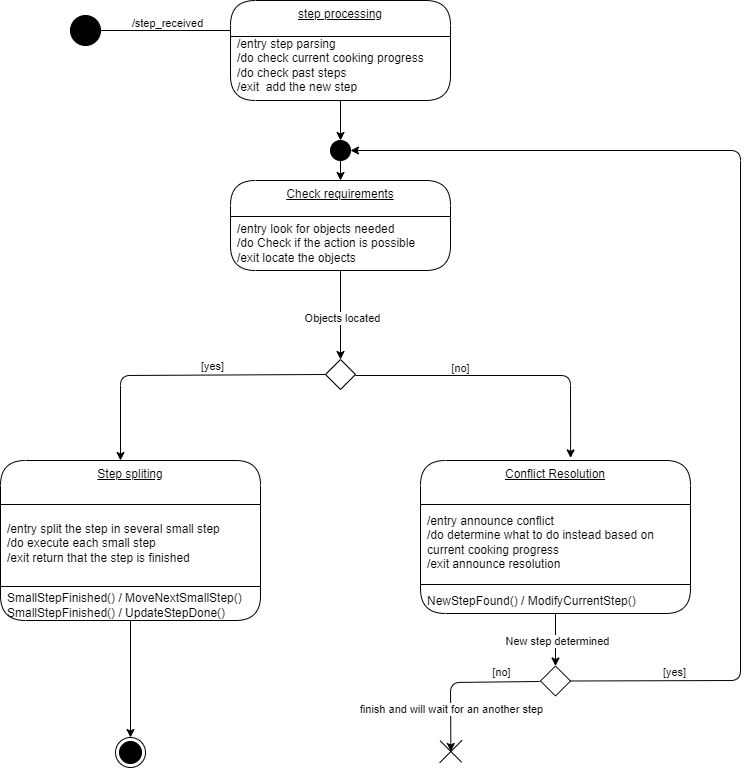
Above: src/action_planning/diagrams/state_machine_diagram.png in ignithor/Assignment_Cogar_Group_C (draw.io), before the change. Source tidied: cells renumbered, new cells last; positions are measured from the earlier drawing's top-left corner, leaving out a move shared by most shapes.
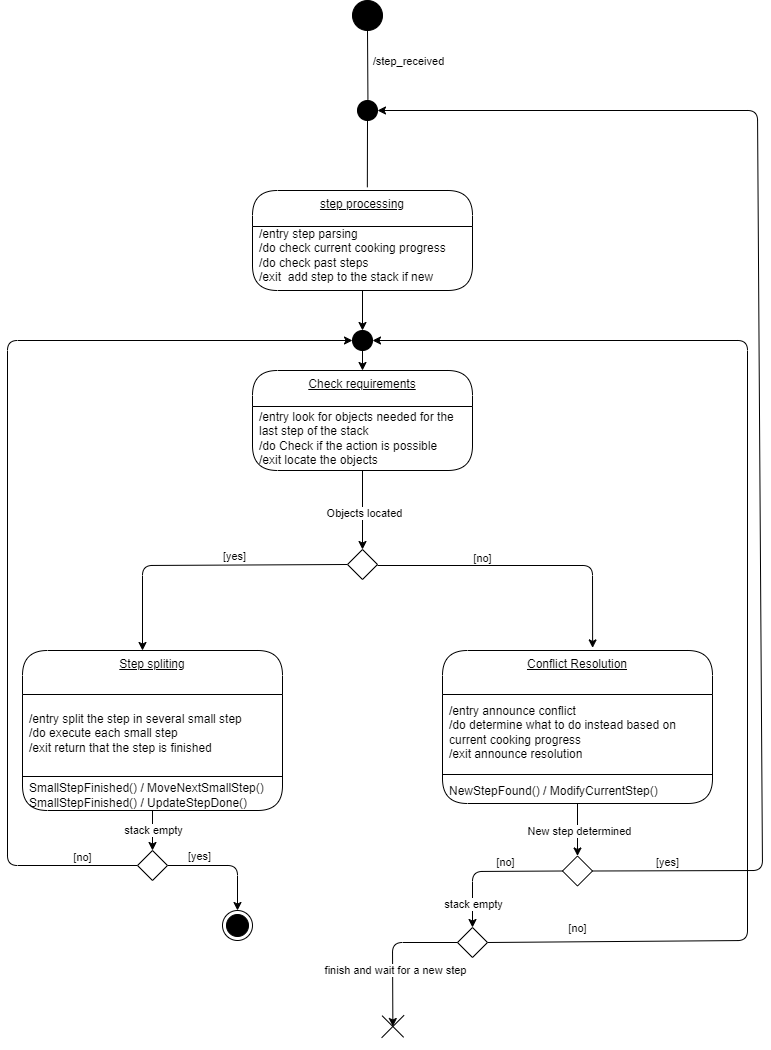
Above is the later version.

Commit message:
Update diagrams action planning

What changed in the source:
```diff
@@ -2,28 +2,28 @@
   <root>
     <mxCell id="0" />
     <mxCell id="1" parent="0" />
-    <mxCell id="2" style="ellipse;fillColor=strokeColor;html=1;" parent="1" vertex="1">
-      <mxGeometry x="70" y="15" width="30" height="30" as="geometry" />
+    <mxCell id="2" style="ellipse;fillColor=strokeColor;html=1;rotation=90;" parent="1" vertex="1">
+      <mxGeometry x="330" y="-190" width="30" height="30" as="geometry" />
     </mxCell>
-    <mxCell id="3" style="endArrow=none;startArrow=none;endFill=0;startFill=0;endSize=8;html=1;verticalAlign=bottom;labelBackgroundColor=none;strokeWidth=1;exitX=1;exitY=0.5;exitDx=0;exitDy=0;entryX=0;entryY=0.5;entryDx=0;entryDy=0;" parent="1" edge="1" source="2">
-      <mxGeometry relative="1" as="geometry">
-        <mxPoint x="230" y="30" as="targetPoint" />
-      </mxGeometry>
+    <mxCell id="3" style="endArrow=none;startArrow=none;endFill=0;startFill=0;endSize=8;html=1;verticalAlign=bottom;labelBackgroundColor=none;strokeWidth=1;exitX=0.5;exitY=1;exitDx=0;exitDy=0;entryX=0.522;entryY=-0.032;entryDx=0;entryDy=0;entryPerimeter=0;" parent="1" edge="1" source="47" target="16">
+      <mxGeometry relative="1" as="geometry" />
     </mxCell>
     <mxCell id="4" value="/step_received" style="edgeLabel;html=1;align=center;verticalAlign=middle;" parent="3" vertex="1">
-      <mxGeometry x="0.02" y="8" relative="1" as="geometry" />
+      <mxGeometry x="0.02" y="8" relative="1" as="geometry">
+        <mxPoint x="33" y="-94" as="offset" />
+      </mxGeometry>
     </mxCell>
     <mxCell id="5" style="ellipse;html=1;shape=endState;fillColor=strokeColor;" parent="1" vertex="1">
-      <mxGeometry x="115" y="737" width="30" height="30" as="geometry" />
+      <mxGeometry x="200" y="720" width="30" height="30" as="geometry" />
     </mxCell>
-    <mxCell id="6" style="endArrow=none;startArrow=none;endFill=0;startFill=0;html=1;verticalAlign=bottom;labelBackgroundColor=none;strokeWidth=1;exitX=0.476;exitY=1.074;exitDx=0;exitDy=0;entryX=0.5;entryY=0;entryDx=0;entryDy=0;strokeColor=none;exitPerimeter=0;" parent="1" edge="1" source="12" target="5">
+    <mxCell id="6" style="endArrow=none;startArrow=none;endFill=0;startFill=0;html=1;verticalAlign=bottom;labelBackgroundColor=none;strokeWidth=1;exitX=0.476;exitY=1.074;exitDx=0;exitDy=0;entryX=0.5;entryY=0;entryDx=0;entryDy=0;strokeColor=none;exitPerimeter=0;" parent="1" edge="1" source="57" target="5">
       <mxGeometry relative="1" as="geometry" />
     </mxCell>
     <mxCell id="7" value="Check requirements" style="swimlane;fontStyle=4;align=center;verticalAlign=top;horizontal=1;startSize=36;html=1;rounded=1;absoluteArcSize=1;arcSize=50;whiteSpace=wrap;" parent="1" vertex="1">
-      <mxGeometry x="230" y="180" width="220" height="90" as="geometry" />
+      <mxGeometry x="230" y="180" width="220" height="100" as="geometry" />
     </mxCell>
-    <mxCell id="8" value="/entry look for objects needed&lt;div&gt;/do Check if the action is possible&amp;nbsp;&lt;/div&gt;&lt;div&gt;/exit locate the objects&amp;nbsp;&lt;/div&gt;" style="fillColor=none;strokeColor=none;align=left;verticalAlign=middle;spacingLeft=5;whiteSpace=wrap;html=1;" parent="7" vertex="1">
-      <mxGeometry y="36" width="220" height="54" as="geometry" />
+    <mxCell id="8" value="/entry look for objects needed for the last step of the stack&lt;div&gt;/do Check if the action is possible&amp;nbsp;&lt;/div&gt;&lt;div&gt;/exit locate the objects&amp;nbsp;&lt;/div&gt;" style="fillColor=none;strokeColor=none;align=left;verticalAlign=middle;spacingLeft=5;whiteSpace=wrap;html=1;" parent="7" vertex="1">
+      <mxGeometry y="36" width="220" height="64" as="geometry" />
     </mxCell>
     <mxCell id="9" value="Step spliting" style="swimlane;fontStyle=4;align=center;verticalAlign=top;horizontal=1;startSize=44;html=1;rounded=1;absoluteArcSize=1;arcSize=50;whiteSpace=wrap;" parent="1" vertex="1">
       <mxGeometry y="460" width="260" height="160" as="geometry" />
@@ -56,7 +56,7 @@
     <mxCell id="16" value="step processing" style="swimlane;fontStyle=4;align=center;verticalAlign=top;horizontal=1;startSize=36;html=1;rounded=1;absoluteArcSize=1;arcSize=50;whiteSpace=wrap;" parent="1" vertex="1">
       <mxGeometry x="230" width="220" height="100" as="geometry" />
     </mxCell>
-    <mxCell id="17" value="/entry step parsing&lt;div&gt;/do check current cooking progress&lt;/div&gt;&lt;div&gt;/do check past steps&lt;/div&gt;&lt;div&gt;/exit&amp;nbsp; add the new step&amp;nbsp;&lt;/div&gt;" style="fillColor=none;strokeColor=none;align=left;verticalAlign=middle;spacingLeft=5;whiteSpace=wrap;html=1;" parent="1" vertex="1">
+    <mxCell id="17" value="/entry step parsing&lt;div&gt;/do check current cooking progress&lt;/div&gt;&lt;div&gt;/do check past steps&lt;/div&gt;&lt;div&gt;/exit&amp;nbsp; add step to the stack if new&amp;nbsp;&lt;/div&gt;" style="fillColor=none;strokeColor=none;align=left;verticalAlign=middle;spacingLeft=5;whiteSpace=wrap;html=1;" parent="1" vertex="1">
       <mxGeometry x="230" y="50" width="220" height="30" as="geometry" />
     </mxCell>
     <mxCell id="18" style="rhombus;" parent="1" vertex="1">
@@ -77,24 +77,39 @@
     <mxCell id="23" value="NewStepFound() / ModifyCurrentStep()" style="fillColor=none;strokeColor=none;align=left;verticalAlign=middle;spacingLeft=5;whiteSpace=wrap;html=1;" parent="19" vertex="1">
       <mxGeometry y="128" width="270" height="25" as="geometry" />
     </mxCell>
-    <mxCell id="24" style="edgeStyle=none;html=1;exitX=1;exitY=0.5;exitDx=0;exitDy=0;entryX=1;entryY=0.5;entryDx=0;entryDy=0;" parent="1" edge="1" source="26" target="38">
+    <mxCell id="24" style="edgeStyle=none;html=1;exitX=1;exitY=0.5;exitDx=0;exitDy=0;entryX=1;entryY=0.5;entryDx=0;entryDy=0;" parent="1" edge="1" source="26" target="47">
       <mxGeometry relative="1" as="geometry">
         <Array as="points">
           <mxPoint x="740" y="680" />
-          <mxPoint x="740" y="150" />
+          <mxPoint x="735" y="-80" />
         </Array>
       </mxGeometry>
     </mxCell>
     <mxCell id="25" value="[yes]" style="edgeLabel;html=1;align=center;verticalAlign=middle;" parent="24" vertex="1">
       <mxGeometry x="-0.81" y="1" relative="1" as="geometry">
-        <mxPoint y="-8" as="offset" />
+        <mxPoint x="-50" y="-8" as="offset" />
       </mxGeometry>
     </mxCell>
+    <mxCell id="40" style="edgeStyle=none;html=1;exitX=0;exitY=0.5;exitDx=0;exitDy=0;entryX=0.5;entryY=0;entryDx=0;entryDy=0;" parent="1" edge="1" source="26" target="45">
+      <mxGeometry relative="1" as="geometry">
+        <Array as="points">
+          <mxPoint x="450" y="681" />
+        </Array>
+      </mxGeometry>
+    </mxCell>
+    <mxCell id="41" value="[no]" style="edgeLabel;html=1;align=center;verticalAlign=middle;" parent="40" vertex="1">
+      <mxGeometry x="-0.21" y="4" relative="1" as="geometry">
+        <mxPoint y="-13" as="offset" />
+      </mxGeometry>
+    </mxCell>
+    <mxCell id="42" value="stack empty" style="edgeLabel;html=1;align=center;verticalAlign=middle;" parent="40" vertex="1">
+      <mxGeometry x="0.68" relative="1" as="geometry" />
+    </mxCell>
     <mxCell id="26" style="rhombus;" parent="1" vertex="1">
       <mxGeometry x="540" y="665.5" width="30" height="30" as="geometry" />
     </mxCell>
     <mxCell id="27" style="shape=cross;whiteSpace=wrap;html=1;rotation=45;fillColor=#000000;size=0;" parent="1" vertex="1">
-      <mxGeometry x="435" y="735" width="30.7" height="32" as="geometry" />
+      <mxGeometry x="355" y="820" width="30.7" height="32" as="geometry" />
     </mxCell>
     <mxCell id="28" style="edgeStyle=none;html=1;exitX=0.5;exitY=1;exitDx=0;exitDy=0;entryX=0.5;entryY=0;entryDx=0;entryDy=0;" parent="1" edge="1" source="8" target="18">
       <mxGeometry relative="1" as="geometry" />
@@ -121,30 +136,80 @@
     <mxCell id="33" value="New step determined" style="edgeLabel;html=1;align=center;verticalAlign=middle;" parent="32" vertex="1">
       <mxGeometry x="0.04" y="1" relative="1" as="geometry" />
     </mxCell>
-    <mxCell id="34" style="edgeStyle=none;html=1;entryX=0;entryY=0;entryDx=15.365;entryDy=16;exitX=0;exitY=0.5;exitDx=0;exitDy=0;entryPerimeter=0;" parent="1" edge="1" target="27">
-      <mxGeometry relative="1" as="geometry">
-        <mxPoint x="539.2" y="681" as="sourcePoint" />
-        <Array as="points">
-          <mxPoint x="450" y="682" />
-        </Array>
-      </mxGeometry>
-    </mxCell>
-    <mxCell id="35" value="[no]" style="edgeLabel;html=1;align=center;verticalAlign=middle;" parent="34" vertex="1">
-      <mxGeometry x="-0.51" relative="1" as="geometry">
-        <mxPoint y="-10" as="offset" />
-      </mxGeometry>
-    </mxCell>
-    <mxCell id="36" value="finish and will wait for an another step" style="edgeLabel;html=1;align=center;verticalAlign=middle;" parent="34" vertex="1">
-      <mxGeometry x="0.47" relative="1" as="geometry" />
-    </mxCell>
     <mxCell id="37" style="edgeStyle=none;html=1;exitX=0.5;exitY=1;exitDx=0;exitDy=0;entryX=0.5;entryY=0;entryDx=0;entryDy=0;" parent="1" edge="1" source="16" target="38">
       <mxGeometry relative="1" as="geometry" />
     </mxCell>
     <mxCell id="38" style="ellipse;fillColor=strokeColor;html=1;" parent="1" vertex="1">
       <mxGeometry x="330" y="140" width="20" height="20" as="geometry" />
     </mxCell>
-    <mxCell id="39" style="edgeStyle=none;html=1;entryX=0.5;entryY=0;entryDx=0;entryDy=0;" parent="1" edge="1" source="12" target="5">
-      <mxGeometry relative="1" as="geometry" />
-    </mxCell>
+    <mxCell id="43" style="edgeStyle=none;html=1;exitX=1;exitY=0.5;exitDx=0;exitDy=0;entryX=1;entryY=0.5;entryDx=0;entryDy=0;" parent="1" edge="1" source="45" target="38">
+      <mxGeometry relative="1" as="geometry">
+        <Array as="points">
+          <mxPoint x="725" y="750" />
+          <mxPoint x="725" y="150" />
+        </Array>
+      </mxGeometry>
+    </mxCell>
+    <mxCell id="44" value="[no]" style="edgeLabel;html=1;align=center;verticalAlign=middle;" parent="43" vertex="1">
+      <mxGeometry x="-0.85" y="-2" relative="1" as="geometry">
+        <mxPoint x="-2" y="-16" as="offset" />
+      </mxGeometry>
+    </mxCell>
+    <mxCell id="45" style="rhombus;" parent="1" vertex="1">
+      <mxGeometry x="435" y="737" width="30" height="30" as="geometry" />
+    </mxCell>
+    <mxCell id="46" style="endArrow=none;startArrow=none;endFill=0;startFill=0;endSize=8;html=1;verticalAlign=bottom;labelBackgroundColor=none;strokeWidth=1;exitX=1;exitY=0.5;exitDx=0;exitDy=0;entryX=0.522;entryY=-0.032;entryDx=0;entryDy=0;entryPerimeter=0;" parent="1" edge="1" source="2" target="47">
+      <mxGeometry relative="1" as="geometry" />
+    </mxCell>
+    <mxCell id="47" style="ellipse;fillColor=strokeColor;html=1;" parent="1" vertex="1">
+      <mxGeometry x="335" y="-90" width="20" height="20" as="geometry" />
+    </mxCell>
+    <mxCell id="48" style="edgeStyle=none;html=1;exitX=0;exitY=0.5;exitDx=0;exitDy=0;entryX=0;entryY=0;entryDx=15.365000000000002;entryDy=16;entryPerimeter=0;" parent="1" edge="1" source="45" target="27">
+      <mxGeometry relative="1" as="geometry">
+        <Array as="points">
+          <mxPoint x="370" y="752" />
+        </Array>
+      </mxGeometry>
+    </mxCell>
+    <mxCell id="49" value="finish and wait for a new step" style="edgeLabel;html=1;align=center;verticalAlign=middle;" parent="48" vertex="1">
+      <mxGeometry x="0.25" y="2" relative="1" as="geometry" />
+    </mxCell>
+    <mxCell id="50" style="edgeStyle=none;html=1;entryX=0.5;entryY=0;entryDx=0;entryDy=0;" parent="1" edge="1" source="12" target="57">
+      <mxGeometry relative="1" as="geometry" />
+    </mxCell>
+    <mxCell id="51" style="endArrow=none;startArrow=none;endFill=0;startFill=0;html=1;verticalAlign=bottom;labelBackgroundColor=none;strokeWidth=1;exitX=0.476;exitY=1.074;exitDx=0;exitDy=0;entryX=0.5;entryY=0;entryDx=0;entryDy=0;strokeColor=none;exitPerimeter=0;" parent="1" edge="1" source="12" target="57">
+      <mxGeometry relative="1" as="geometry" />
+    </mxCell>
+    <mxCell id="52" value="stack empty" style="edgeLabel;html=1;align=center;verticalAlign=middle;" parent="51" vertex="1">
+      <mxGeometry x="-0.08" y="4" relative="1" as="geometry" />
+    </mxCell>
+    <mxCell id="53" style="edgeStyle=none;html=1;exitX=1;exitY=0.5;exitDx=0;exitDy=0;entryX=0.5;entryY=0;entryDx=0;entryDy=0;" parent="1" edge="1" source="57" target="5">
+      <mxGeometry relative="1" as="geometry">
+        <Array as="points">
+          <mxPoint x="215" y="675" />
+        </Array>
+      </mxGeometry>
+    </mxCell>
+    <mxCell id="54" value="[yes]" style="edgeLabel;html=1;align=center;verticalAlign=middle;" parent="53" vertex="1">
+      <mxGeometry x="-0.46" relative="1" as="geometry">
+        <mxPoint y="-10" as="offset" />
+      </mxGeometry>
+    </mxCell>
+    <mxCell id="55" style="edgeStyle=none;html=1;exitX=0;exitY=0.5;exitDx=0;exitDy=0;entryX=0;entryY=0.5;entryDx=0;entryDy=0;" parent="1" edge="1" source="57" target="38">
+      <mxGeometry relative="1" as="geometry">
+        <Array as="points">
+          <mxPoint x="-15" y="675" />
+          <mxPoint x="-15" y="150" />
+        </Array>
+      </mxGeometry>
+    </mxCell>
+    <mxCell id="56" value="[no]" style="edgeLabel;html=1;align=center;verticalAlign=middle;" parent="55" vertex="1">
+      <mxGeometry x="-0.89" y="1" relative="1" as="geometry">
+        <mxPoint y="-10" as="offset" />
+      </mxGeometry>
+    </mxCell>
+    <mxCell id="57" style="rhombus;" parent="1" vertex="1">
+      <mxGeometry x="115" y="660" width="30" height="30" as="geometry" />
+    </mxCell>
   </root>
 </mxGraphModel>
```
